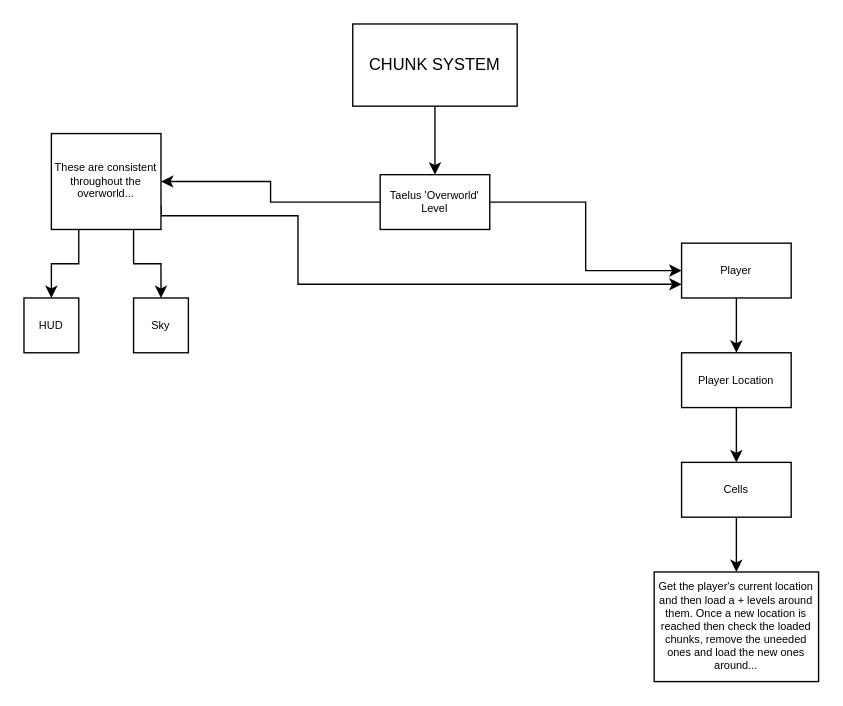
The draw.io diagram Notes/Charts/ChunkSystem.drawio in ChrisGlenn/Taelus, before the edit. Source tidied: cells renumbered, new cells numbered last; positions are measured from the earlier drawing's top-left corner, leaving out a move shared by most shapes. Both pictures are drawn from the tidied source at 137%, with x=0, y=0 at pixel (23, 23).
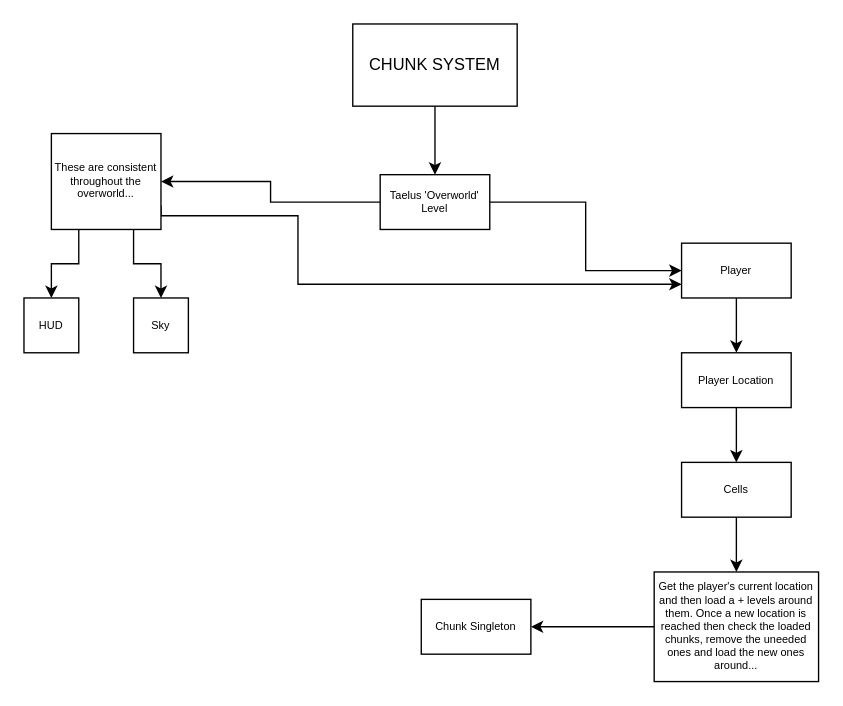
After the change.

The change refers to these unchanged cells:
```xml
<mxCell id="19" value="Get the player's current location and then load a + levels around them. Once a new location is reached then check the loaded chunks, remove the uneeded ones and load the new ones around..." style="rounded=0;whiteSpace=wrap;html=1;fontSize=8;" parent="1" vertex="1">
  <mxGeometry x="460" y="400" width="120" height="80" as="geometry" />
</mxCell>
```

What changed in the source:
```diff
@@
+    <mxCell id="20" style="edgeStyle=orthogonalEdgeStyle;rounded=0;jettySize=auto;html=1;exitX=0;exitY=0.5;exitDx=0;exitDy=0;entryX=1;entryY=0.5;entryDx=0;entryDy=0;" parent="1" edge="1" source="19" target="21">
+      <mxGeometry relative="1" as="geometry" />
+    </mxCell>
@@
+    <mxCell id="21" value="Chunk Singleton" style="rounded=0;whiteSpace=wrap;html=1;fontSize=8;" parent="1" vertex="1">
+      <mxGeometry x="290" y="420" width="80" height="40" as="geometry" />
+    </mxCell>
```
